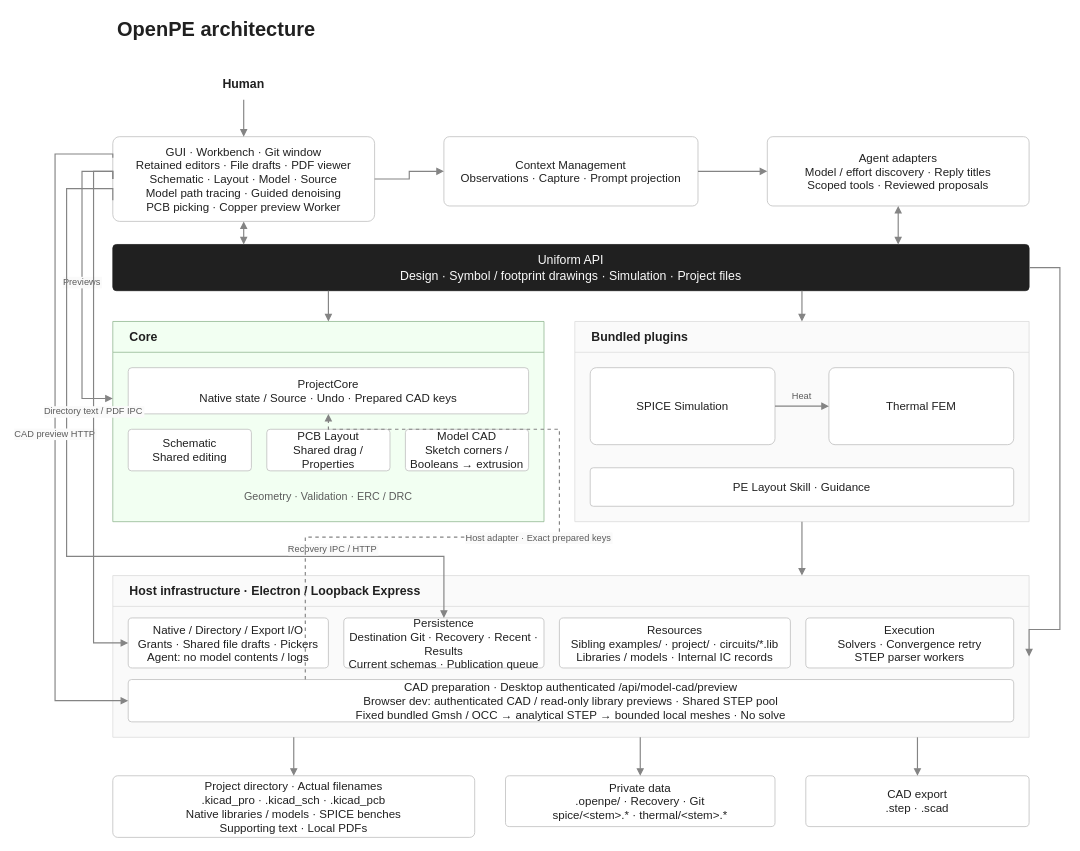
Above: assets/architecture.drawio in Open-Power-Electronics/OpenPE (draw.io), before the change. Source tidied: cells renumbered, new cells numbered last; positions are measured from the earlier drawing's top-left corner, leaving out a move shared by most shapes. Both pictures are drawn from the tidied source at 77%, with x=0, y=0 at pixel (55, 13).
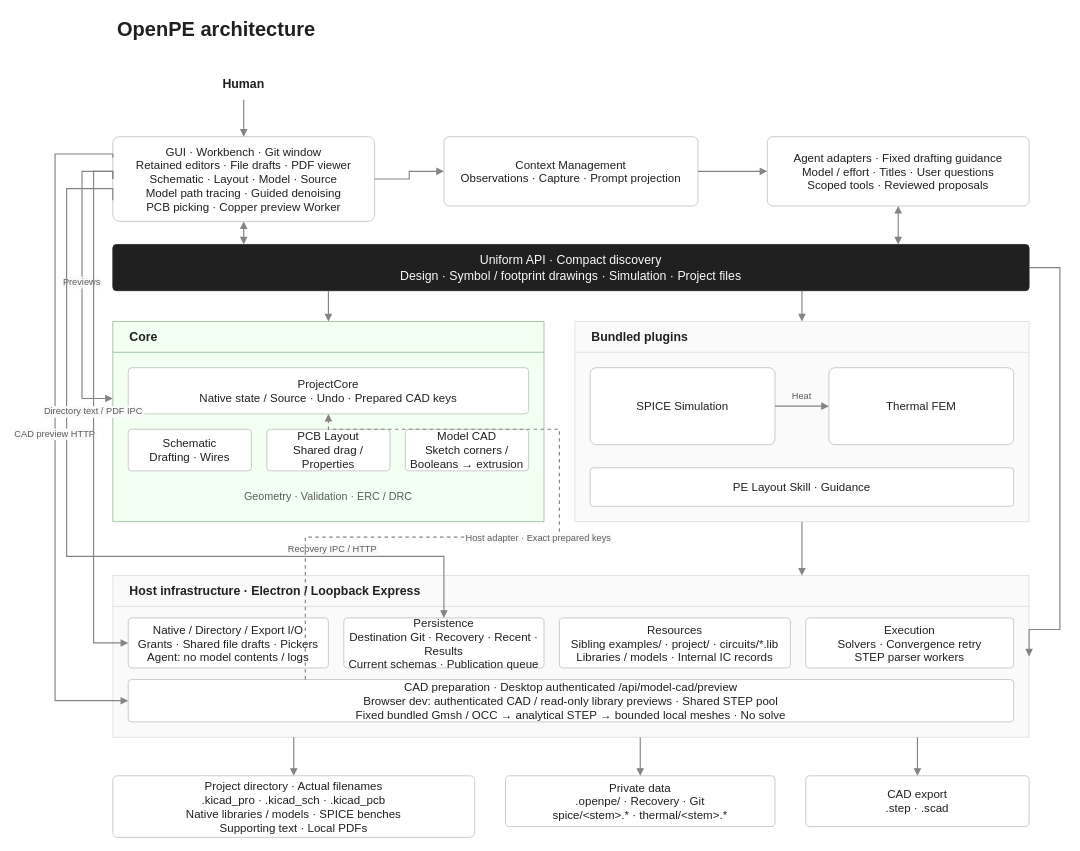
The same page after the edit.

Unchanged cells that the change refers to:
```xml
<mxCell id="8" value="Core" style="swimlane;html=0;whiteSpace=wrap;fontFamily=Arial;fontSize=16;fontColor=#202020;fillColor=#f2fff2;strokeColor=#8fb58f;strokeWidth=1;shadow=0;arcSize=8;fontStyle=1;align=left;verticalAlign=middle;horizontal=1;startSize=40;swimlaneFillColor=#f2fff2;spacingLeft=20;" parent="1" vertex="1">
  <mxGeometry x="75" y="400" width="560" height="260" as="geometry" />
</mxCell>
```

What changed in the source:
```diff
@@
-    <mxCell id="6" value="Agent adapters&#10;Model / effort discovery · Reply titles&#10;Scoped tools · Reviewed proposals" style="rounded=1;html=0;whiteSpace=wrap;fontFamily=Arial;fontSize=15;fontColor=#202020;fillColor=#ffffff;strokeColor=#bdbdbd;strokeWidth=1;shadow=0;arcSize=8;fontStyle=0;align=center;verticalAlign=middle;spacing=6;" parent="1" vertex="1">
+    <mxCell id="6" value="Agent adapters · Fixed drafting guidance&#10;Model / effort · Titles · User questions&#10;Scoped tools · Reviewed proposals" style="rounded=1;html=0;whiteSpace=wrap;fontFamily=Arial;fontSize=15;fontColor=#202020;fillColor=#ffffff;strokeColor=#bdbdbd;strokeWidth=1;shadow=0;arcSize=8;fontStyle=0;align=center;verticalAlign=middle;spacing=6;" parent="1" vertex="1">
       <mxGeometry x="925" y="160" width="340" height="90" as="geometry" />
     </mxCell>
-    <mxCell id="7" value="Uniform API&#10;Design · Symbol / footprint drawings · Simulation · Project files" style="rounded=1;html=0;whiteSpace=wrap;fontFamily=Arial;fontSize=16;fontColor=#fafafa;fillColor=#202020;strokeColor=#202020;strokeWidth=1;shadow=0;arcSize=8;fontStyle=0;align=center;verticalAlign=middle;spacing=6;" parent="1" vertex="1">
+    <mxCell id="7" value="Uniform API · Compact discovery&#10;Design · Symbol / footprint drawings · Simulation · Project files" style="rounded=1;html=0;whiteSpace=wrap;fontFamily=Arial;fontSize=16;fontColor=#fafafa;fillColor=#202020;strokeColor=#202020;strokeWidth=1;shadow=0;arcSize=8;fontStyle=0;align=center;verticalAlign=middle;spacing=6;" parent="1" vertex="1">
       <mxGeometry x="75" y="300" width="1190" height="60" as="geometry" />
     </mxCell>
@@
-    <mxCell id="10" value="Schematic&#10;Shared editing" style="rounded=1;html=0;whiteSpace=wrap;fontFamily=Arial;fontSize=15;fontColor=#202020;fillColor=#ffffff;strokeColor=#bdbdbd;strokeWidth=1;shadow=0;arcSize=8;fontStyle=0;align=center;verticalAlign=middle;spacing=6;" parent="8" vertex="1">
+    <mxCell id="10" value="Schematic&#10;Drafting · Wires" style="rounded=1;html=0;whiteSpace=wrap;fontFamily=Arial;fontSize=15;fontColor=#202020;fillColor=#ffffff;strokeColor=#bdbdbd;strokeWidth=1;shadow=0;arcSize=8;fontStyle=0;align=center;verticalAlign=middle;spacing=6;" parent="8" vertex="1">
       <mxGeometry x="20" y="140" width="160" height="54" as="geometry" />
     </mxCell>
```
